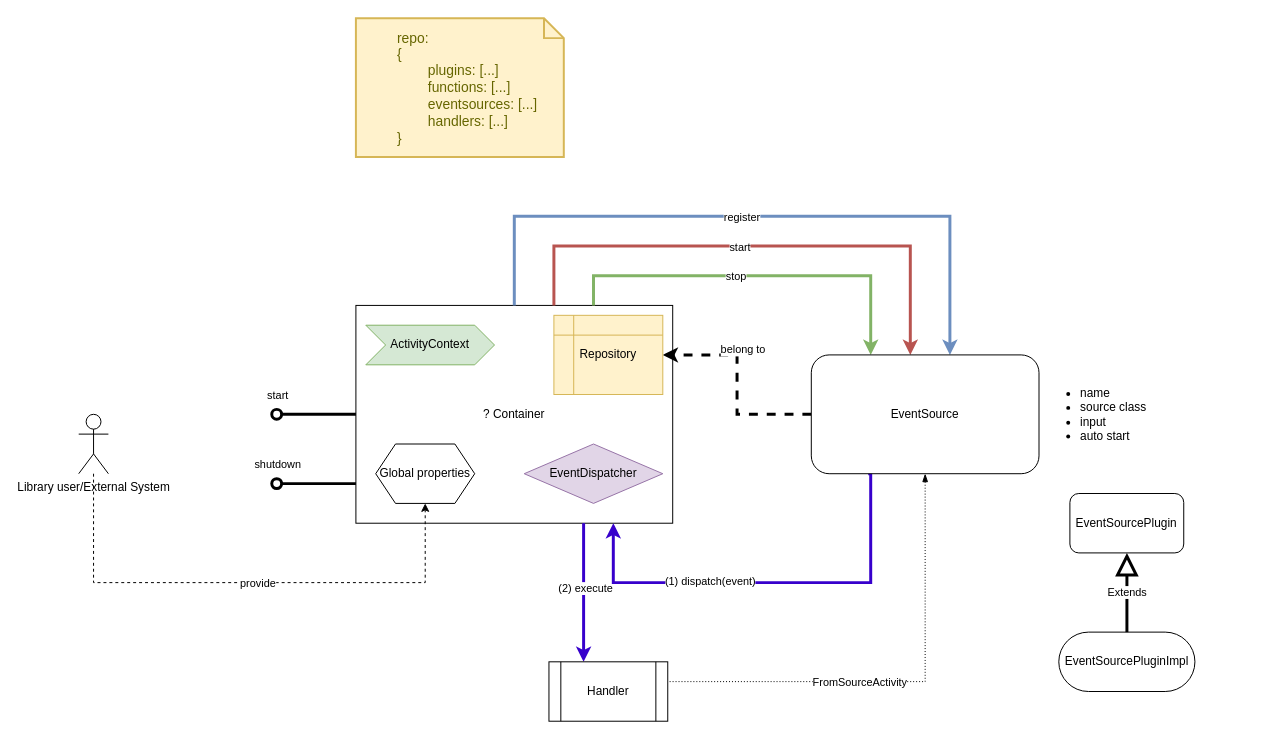
Before: page "EventSourceSink" (7 of 9) of TaskExecToolkit.drawio in manhnt217/task-execution-toolkit, a draw.io diagram. Source tidied: cells renumbered, new cells numbered last; positions are measured from the earlier drawing's top-left corner, leaving out a move shared by most shapes. Both pictures are drawn from the tidied source at 99%, with x=0, y=0 at pixel (78, 18).
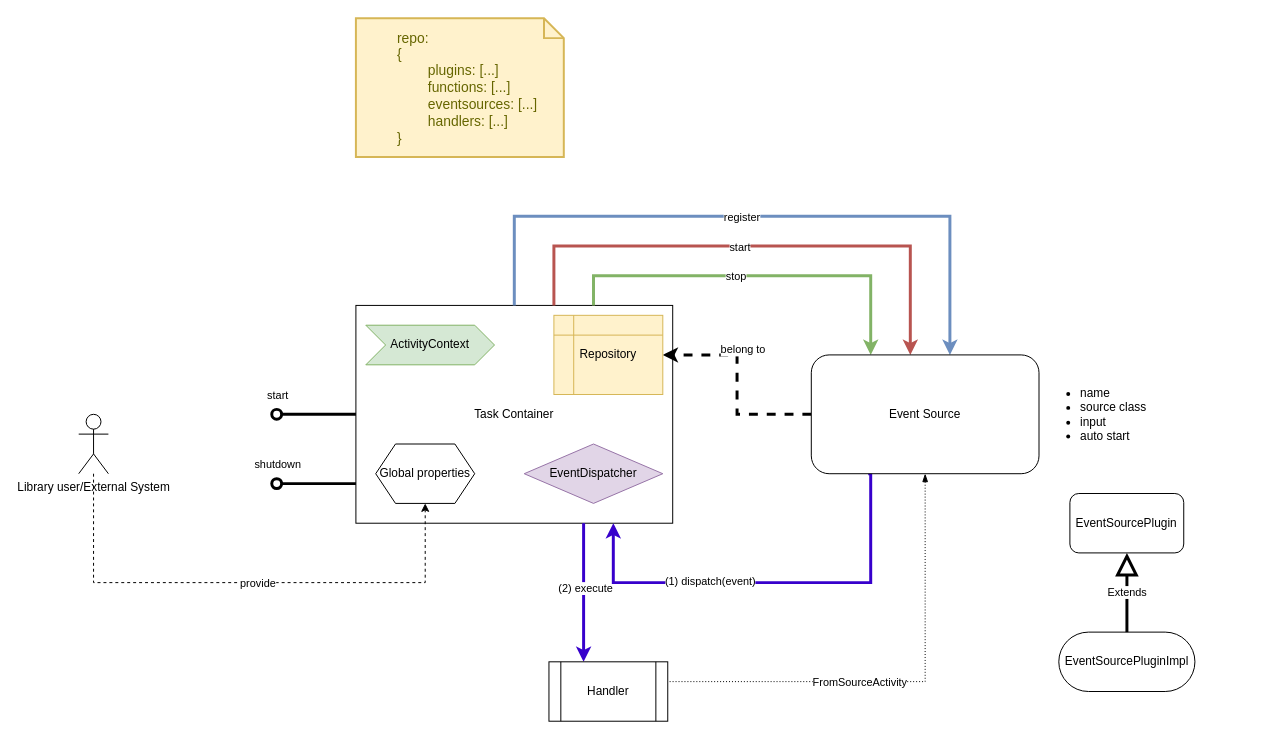
Above is the later version.

What changed in the source:
```diff
@@
-    <mxCell id="2" value="? Container" style="rounded=0;whiteSpace=wrap;html=1;" parent="1" vertex="1">
+    <mxCell id="2" value="Task Container" style="rounded=0;whiteSpace=wrap;html=1;" parent="1" vertex="1">
       <mxGeometry x="280" y="290" width="320" height="220" as="geometry" />
     </mxCell>
@@
-    <mxCell id="18" value="EventSource" style="rounded=1;whiteSpace=wrap;html=1;" parent="1" vertex="1">
+    <mxCell id="18" value="Event Source" style="rounded=1;whiteSpace=wrap;html=1;" parent="1" vertex="1">
       <mxGeometry x="740" y="340" width="230" height="120" as="geometry" />
     </mxCell>
```
